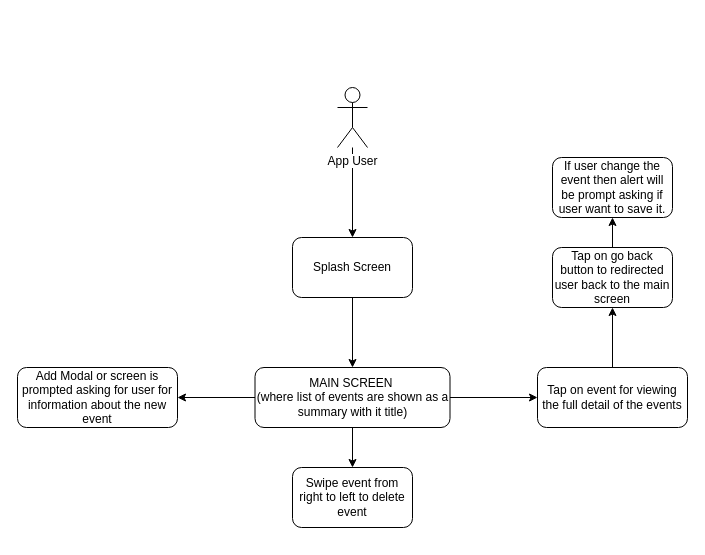
The draw.io diagram software_design_doc.drawio in ThomasQuan/TodoList-IOS, before the edit. Source tidied: cells renumbered, new cells numbered last; positions are measured from the earlier drawing's top-left corner, leaving out a move shared by most shapes. Both pictures are drawn from the tidied source at 100%, with x=0, y=0 at pixel (17, 87).
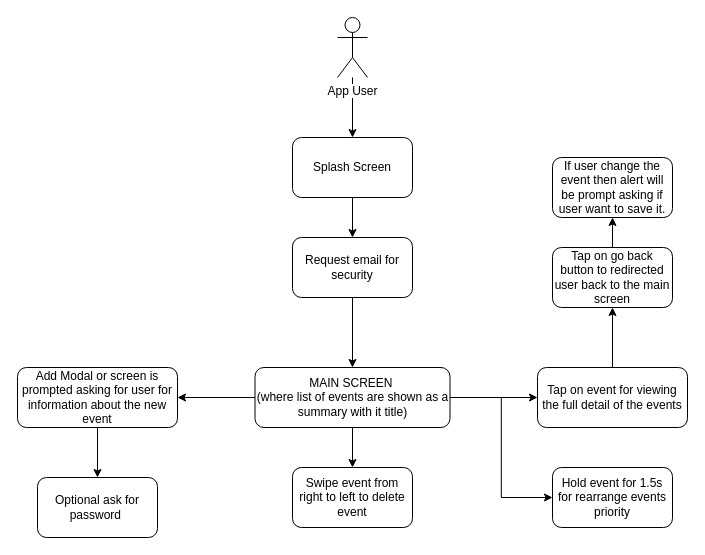
After the change.

The change refers to these unchanged cells:
```xml
<mxCell id="9" value="MAIN SCREEN&amp;nbsp;&lt;br&gt;(where list of events are shown as a summary with it title)" style="rounded=1;whiteSpace=wrap;html=1;" parent="1" vertex="1">
  <mxGeometry x="237.5" y="280" width="195" height="60" as="geometry" />
</mxCell>
<mxCell id="10" value="Add Modal or screen is prompted asking for user for information about the new event" style="rounded=1;whiteSpace=wrap;html=1;" parent="1" vertex="1">
  <mxGeometry y="280" width="160" height="60" as="geometry" />
</mxCell>
```

Diff of the diagram source:
```diff
@@
     <mxCell id="3" value="App User&lt;br&gt;" style="shape=umlActor;verticalLabelPosition=bottom;labelBackgroundColor=#ffffff;verticalAlign=top;html=1;outlineConnect=0;" parent="1" vertex="1">
-      <mxGeometry x="320" width="30" height="60" as="geometry" />
+      <mxGeometry x="320" y="-70" width="30" height="60" as="geometry" />
     </mxCell>
-    <mxCell id="4" style="edgeStyle=orthogonalEdgeStyle;rounded=0;jettySize=auto;html=1;" parent="1" edge="1" source="5" target="9">
-      <mxGeometry relative="1" as="geometry" />
-    </mxCell>
+    <mxCell id="17" style="edgeStyle=orthogonalEdgeStyle;rounded=0;jettySize=auto;html=1;" parent="1" edge="1" source="5" target="22">
+      <mxGeometry relative="1" as="geometry" />
+    </mxCell>
     <mxCell id="5" value="Splash Screen" style="rounded=1;whiteSpace=wrap;html=1;" parent="1" vertex="1">
-      <mxGeometry x="275" y="150" width="120" height="60" as="geometry" />
+      <mxGeometry x="275" y="50" width="120" height="60" as="geometry" />
     </mxCell>
@@
+    <mxCell id="18" style="edgeStyle=orthogonalEdgeStyle;rounded=0;jettySize=auto;html=1;entryX=0;entryY=0.5;entryDx=0;entryDy=0;" parent="1" edge="1" source="9" target="20">
+      <mxGeometry relative="1" as="geometry" />
+    </mxCell>
@@
+    <mxCell id="19" style="edgeStyle=orthogonalEdgeStyle;rounded=0;jettySize=auto;html=1;" parent="1" edge="1" source="10" target="23">
+      <mxGeometry relative="1" as="geometry" />
+    </mxCell>
@@
+    <mxCell id="20" value="Hold event for 1.5s for rearrange events priority" style="rounded=1;whiteSpace=wrap;html=1;" parent="1" vertex="1">
+      <mxGeometry x="535" y="380" width="120" height="60" as="geometry" />
+    </mxCell>
+    <mxCell id="21" style="edgeStyle=orthogonalEdgeStyle;rounded=0;jettySize=auto;html=1;" parent="1" edge="1" source="22" target="9">
+      <mxGeometry relative="1" as="geometry" />
+    </mxCell>
+    <mxCell id="22" value="Request email for security" style="rounded=1;whiteSpace=wrap;html=1;" parent="1" vertex="1">
+      <mxGeometry x="275" y="150" width="120" height="60" as="geometry" />
+    </mxCell>
+    <mxCell id="23" value="Optional ask for password&amp;nbsp;" style="rounded=1;whiteSpace=wrap;html=1;" parent="1" vertex="1">
+      <mxGeometry x="20" y="390" width="120" height="60" as="geometry" />
+    </mxCell>
```
